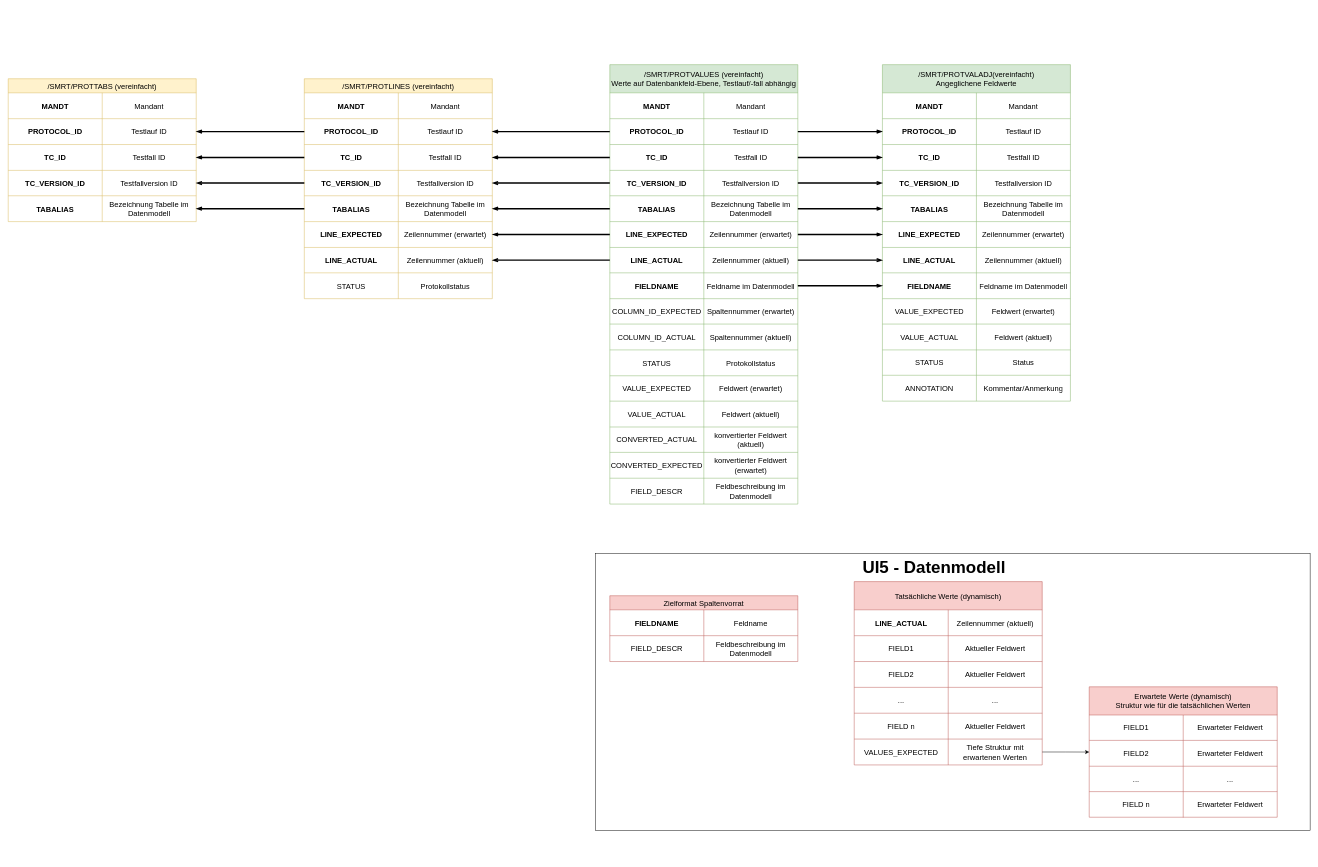
The draw.io diagram Strukturierte Ansicht DatenModell.drawio in Raaphaaa/UI5-Playground, before the edit. Source tidied: cells renumbered, new cells numbered last; positions are measured from the earlier drawing's top-left corner, leaving out a move shared by most shapes. Both pictures are drawn from the tidied source at 47%, with x=0, y=0 at pixel (8, 64).
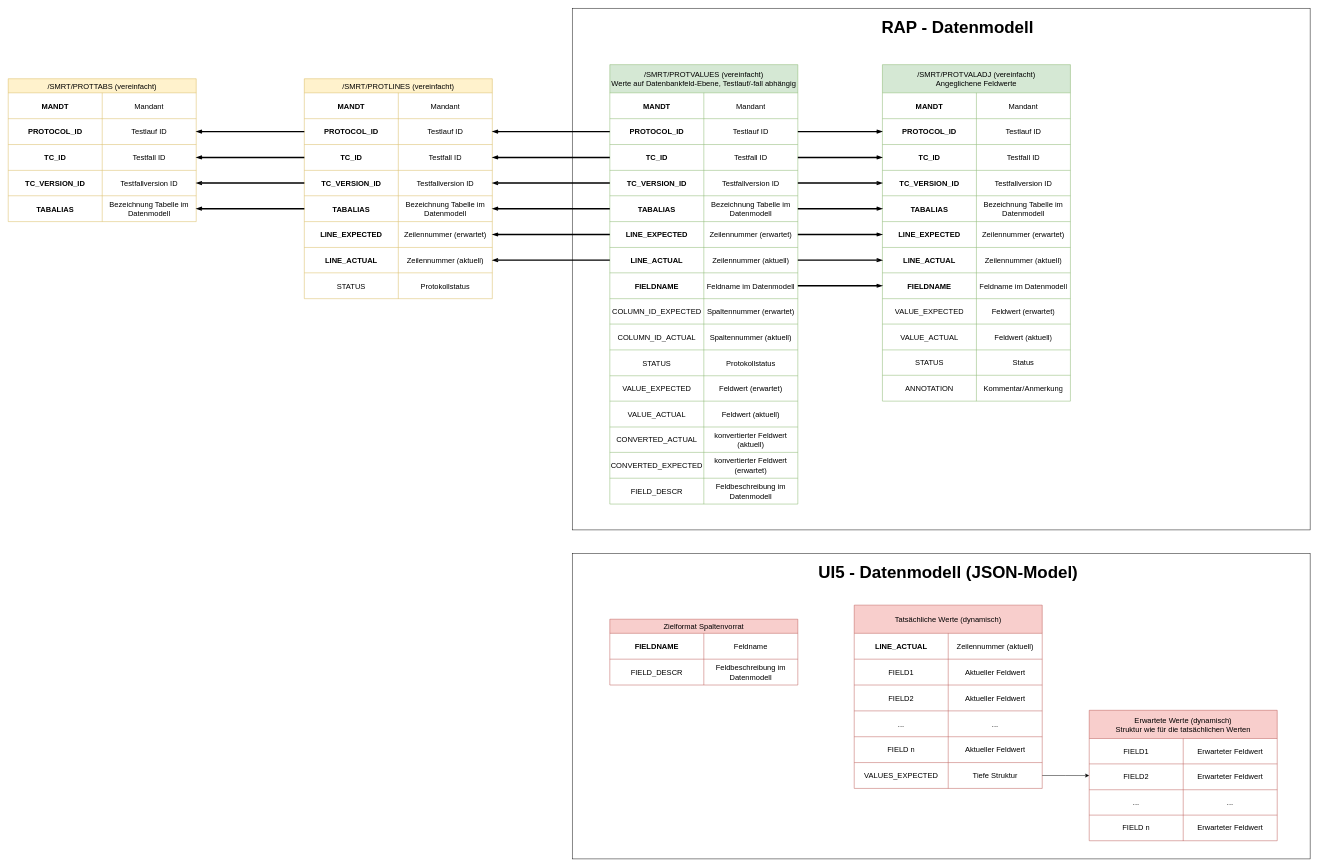
The same diagram, later.

Unchanged cells that the change refers to:
```xml
<mxCell id="126" style="shape=tableRow;horizontal=0;startSize=0;swimlaneHead=0;swimlaneBody=0;strokeColor=inherit;top=0;left=0;bottom=0;right=0;fillColor=none;points=[[0,0.5],[1,0.5]];portConstraint=eastwest;fontSize=16;" parent="110" vertex="1">
  <mxGeometry y="335" width="400" height="55" as="geometry" />
</mxCell>
```

Diff of the diagram source:
```diff
@@
+    <mxCell id="188" style="rounded=0;whiteSpace=wrap;html=1;" parent="1" vertex="1">
+      <mxGeometry x="1200" y="-120" width="1570" height="1110" as="geometry" />
+    </mxCell>
     <mxCell id="2" style="rounded=0;whiteSpace=wrap;html=1;" parent="1" vertex="1">
-      <mxGeometry x="1250" y="1040" width="1520" height="590" as="geometry" />
+      <mxGeometry x="1200" y="1040" width="1570" height="650" as="geometry" />
     </mxCell>
@@
     <mxCell id="103" value="Zielformat Spaltenvorrat" style="shape=table;startSize=30;childLayout=tableLayout;strokeColor=#b85450;fontSize=16;fillColor=#f8cecc;" parent="1" vertex="1">
-      <mxGeometry x="1280" y="1130" width="400" height="140" as="geometry" />
+      <mxGeometry x="1280" y="1180" width="400" height="140" as="geometry" />
     </mxCell>
@@
     <mxCell id="110" value="Tatsächliche Werte (dynamisch)" style="shape=table;startSize=60;childLayout=tableLayout;strokeColor=#b85450;fontSize=16;fillColor=#f8cecc;" parent="1" vertex="1">
-      <mxGeometry x="1800" y="1100" width="400" height="390" as="geometry" />
+      <mxGeometry x="1800" y="1150" width="400" height="390" as="geometry" />
     </mxCell>
@@
-    <mxCell id="128" value="Tiefe Struktur mit erwartenen Werten" style="shape=partialRectangle;html=1;whiteSpace=wrap;strokeColor=inherit;overflow=hidden;fillColor=none;top=0;left=0;bottom=0;right=0;fontSize=16;" parent="126" vertex="1">
+    <mxCell id="128" value="Tiefe Struktur" style="shape=partialRectangle;html=1;whiteSpace=wrap;strokeColor=inherit;overflow=hidden;fillColor=none;top=0;left=0;bottom=0;right=0;fontSize=16;" parent="126" vertex="1">
       <mxGeometry x="200" width="200" height="55" as="geometry" />
     </mxCell>
     <mxCell id="129" value="Erwartete Werte (dynamisch)&#10;Struktur wie für die tatsächlichen Werten" style="shape=table;startSize=60;childLayout=tableLayout;strokeColor=#b85450;fontSize=16;fillColor=#f8cecc;" parent="1" vertex="1">
-      <mxGeometry x="2300" y="1323.8" width="400" height="277.5" as="geometry" />
+      <mxGeometry x="2300" y="1373.8" width="400" height="277.5" as="geometry" />
     </mxCell>
@@
-    <mxCell id="143" value="&lt;b&gt;&lt;font style=&quot;font-size: 36px;&quot;&gt;UI5 - Datenmodell&lt;/font&gt;&lt;/b&gt;" style="text;html=1;whiteSpace=wrap;strokeColor=none;fillColor=none;align=center;verticalAlign=middle;rounded=0;" parent="1" vertex="1">
-      <mxGeometry x="1780" y="1040" width="380" height="60" as="geometry" />
+    <mxCell id="143" value="&lt;b&gt;&lt;font style=&quot;font-size: 36px;&quot;&gt;UI5 - Datenmodell (JSON-Model)&lt;/font&gt;&lt;/b&gt;" style="text;html=1;whiteSpace=wrap;strokeColor=none;fillColor=none;align=center;verticalAlign=middle;rounded=0;" parent="1" vertex="1">
+      <mxGeometry x="1710" y="1050" width="580" height="60" as="geometry" />
     </mxCell>
@@
-    <mxCell id="146" value="/SMRT/PROTVALADJ(vereinfacht)&#10;Angeglichene Feldwerte" style="shape=table;startSize=60;childLayout=tableLayout;strokeColor=#82b366;fontSize=16;fillColor=#d5e8d4;" parent="1" vertex="1">
+    <mxCell id="146" value="/SMRT/PROTVALADJ (vereinfacht)&#10;Angeglichene Feldwerte" style="shape=table;startSize=60;childLayout=tableLayout;strokeColor=#82b366;fontSize=16;fillColor=#d5e8d4;" parent="1" vertex="1">
       <mxGeometry x="1860" width="400" height="716" as="geometry" />
     </mxCell>
@@
+    <mxCell id="189" value="&lt;b&gt;&lt;font style=&quot;font-size: 36px;&quot;&gt;RAP - Datenmodell&lt;/font&gt;&lt;/b&gt;" style="text;html=1;whiteSpace=wrap;strokeColor=none;fillColor=none;align=center;verticalAlign=middle;rounded=0;" parent="1" vertex="1">
+      <mxGeometry x="1830" y="-110" width="380" height="60" as="geometry" />
+    </mxCell>
```
